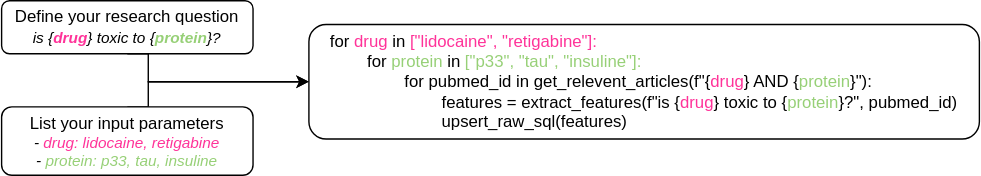
The draw.io diagram images/screning_review.drawio.svg in journeadrien/scholar2sql, before a commit. Source tidied: cells renumbered, new cells last; positions are measured from the earlier drawing's top-left corner, leaving out a move shared by most shapes. The source it was exported from:
```xml
<mxGraphModel>
  <root>
    <mxCell id="0" />
    <mxCell id="1" parent="0" />
    <mxCell id="2" style="rounded=0;jettySize=auto;html=1;exitX=0.5;exitY=1;exitDx=0;exitDy=0;entryX=0;entryY=0.5;entryDx=0;entryDy=0;edgeStyle=orthogonalEdgeStyle;" parent="1" edge="1" source="3" target="6">
      <mxGeometry relative="1" as="geometry">
        <Array as="points">
          <mxPoint x="105" y="58" />
        </Array>
      </mxGeometry>
    </mxCell>
    <mxCell id="3" value="&lt;font style=&quot;font-size: 12px;&quot;&gt;Define your research question&lt;/font&gt;&lt;div&gt;&lt;i&gt;&lt;font style=&quot;font-size: 11px;&quot;&gt;is {&lt;font color=&quot;#ff3399&quot;&gt;&lt;b&gt;drug&lt;/b&gt;&lt;/font&gt;} toxic to {&lt;font color=&quot;#97d077&quot;&gt;&lt;b&gt;protein&lt;/b&gt;&lt;/font&gt;}?&lt;/font&gt;&lt;/i&gt;&lt;/div&gt;" style="rounded=1;whiteSpace=wrap;html=1;gradientColor=none;fillColor=default;" parent="1" vertex="1">
      <mxGeometry width="180" height="38" as="geometry" />
    </mxCell>
    <mxCell id="4" style="rounded=0;jettySize=auto;html=1;exitX=0.5;exitY=0;exitDx=0;exitDy=0;entryX=0;entryY=0.5;entryDx=0;entryDy=0;edgeStyle=orthogonalEdgeStyle;" parent="1" edge="1" source="5" target="6">
      <mxGeometry relative="1" as="geometry">
        <Array as="points">
          <mxPoint x="105" y="58" />
        </Array>
      </mxGeometry>
    </mxCell>
    <mxCell id="5" value="&lt;font style=&quot;font-size: 12px;&quot;&gt;List your input parameters&lt;/font&gt;&lt;div style=&quot;font-size: 11px;&quot;&gt;&lt;i style=&quot;&quot;&gt;&lt;font style=&quot;font-size: 11px;&quot;&gt;- &lt;font color=&quot;#ff3399&quot;&gt;drug: lidocaine, retigabine&lt;/font&gt;&lt;/font&gt;&lt;/i&gt;&lt;/div&gt;&lt;div style=&quot;font-size: 11px;&quot;&gt;&lt;i style=&quot;&quot;&gt;&lt;font style=&quot;font-size: 11px;&quot;&gt;- &lt;font color=&quot;#97d077&quot;&gt;protein: p33, tau, insuline&lt;/font&gt;&lt;/font&gt;&lt;/i&gt;&lt;/div&gt;" style="rounded=1;whiteSpace=wrap;html=1;" parent="1" vertex="1">
      <mxGeometry y="76" width="180" height="49" as="geometry" />
    </mxCell>
    <mxCell id="6" value="&lt;div style=&quot;text-align: left;&quot;&gt;&lt;font style=&quot;font-size: 12px;&quot;&gt;&lt;span style=&quot;background-color: initial;&quot;&gt;for&lt;font color=&quot;#ff3399&quot;&gt; drug &lt;/font&gt;in&lt;font color=&quot;#ff3399&quot;&gt; [&quot;&lt;/font&gt;&lt;/span&gt;&lt;span style=&quot;color: rgb(255, 51, 153); background-color: initial;&quot;&gt;lidocaine&quot;, &quot;retigabine&quot;&lt;/span&gt;&lt;span style=&quot;color: rgb(255, 51, 153); background-color: initial;&quot;&gt;]:&lt;/span&gt;&lt;/font&gt;&lt;/div&gt;&lt;div style=&quot;text-align: left;&quot;&gt;&lt;font style=&quot;font-size: 12px;&quot;&gt;&lt;span style=&quot;white-space: pre;&quot;&gt;&#9;&lt;/span&gt;for&lt;font color=&quot;#97d077&quot;&gt; protein &lt;/font&gt;in&lt;font color=&quot;#97d077&quot;&gt; [&quot;&lt;span style=&quot;background-color: initial;&quot;&gt;p33&quot;, &quot;tau&quot;, &quot;insuline&quot;&lt;/span&gt;&lt;span style=&quot;background-color: initial;&quot;&gt;]:&lt;/span&gt;&lt;/font&gt;&lt;/font&gt;&lt;/div&gt;&lt;div style=&quot;text-align: left;&quot;&gt;&lt;font style=&quot;font-size: 12px;&quot;&gt;&lt;span style=&quot;background-color: initial;&quot;&gt;&lt;span style=&quot;color: rgb(151, 208, 119); white-space: pre;&quot;&gt;&#9;&lt;/span&gt;&lt;span style=&quot;color: rgb(151, 208, 119); white-space: pre;&quot;&gt;&#9;&lt;/span&gt;for pubmed_id in get_relevent_articles(&lt;/span&gt;&lt;span style=&quot;background-color: initial;&quot;&gt;f&quot;&lt;/span&gt;&lt;span style=&quot;background-color: initial; text-align: center;&quot;&gt;{&lt;font color=&quot;#ff3399&quot;&gt;drug&lt;/font&gt;} AND {&lt;font color=&quot;#97d077&quot;&gt;protein&lt;/font&gt;}&quot;):&lt;/span&gt;&lt;span style=&quot;background-color: initial;&quot;&gt;&lt;br&gt;&lt;/span&gt;&lt;/font&gt;&lt;/div&gt;&lt;div style=&quot;text-align: left;&quot;&gt;&lt;font style=&quot;font-size: 12px;&quot;&gt;&lt;span style=&quot;background-color: initial;&quot;&gt;&lt;span style=&quot;white-space: pre;&quot;&gt;&#9;&lt;/span&gt;&lt;span style=&quot;white-space: pre;&quot;&gt;&#9;&lt;span style=&quot;white-space: pre;&quot;&gt;&#9;&lt;/span&gt;features = &lt;/span&gt;extract_features(&lt;/span&gt;&lt;/font&gt;&lt;span style=&quot;background-color: initial;&quot;&gt;f&quot;i&lt;/span&gt;&lt;span style=&quot;background-color: initial; text-align: center;&quot;&gt;s {&lt;font color=&quot;#ff3399&quot;&gt;drug&lt;/font&gt;} toxic to {&lt;font color=&quot;#97d077&quot;&gt;protein&lt;/font&gt;}?&quot;, &lt;/span&gt;&lt;span style=&quot;background-color: initial;&quot;&gt;pubmed_id&lt;/span&gt;&lt;span style=&quot;background-color: initial;&quot;&gt;)&lt;/span&gt;&lt;/div&gt;&lt;div style=&quot;text-align: left;&quot;&gt;&lt;span style=&quot;background-color: initial;&quot;&gt;&lt;span style=&quot;white-space: pre;&quot;&gt;&#9;&lt;/span&gt;&lt;span style=&quot;white-space: pre;&quot;&gt;&#9;&lt;/span&gt;&lt;span style=&quot;white-space: pre;&quot;&gt;&#9;&lt;/span&gt;upsert_raw_sql(features)&lt;br&gt;&lt;/span&gt;&lt;/div&gt;" style="rounded=1;whiteSpace=wrap;html=1;rotation=0;" parent="1" vertex="1">
      <mxGeometry x="220" y="17" width="480" height="82" as="geometry" />
    </mxCell>
  </root>
</mxGraphModel>
```
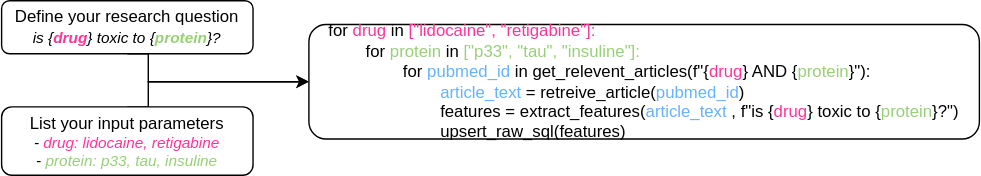
Above is the later version.

What changed in the source:
```diff
@@ -22,7 +22,7 @@
     <mxCell id="5" value="&lt;font style=&quot;font-size: 12px;&quot;&gt;List your input parameters&lt;/font&gt;&lt;div style=&quot;font-size: 11px;&quot;&gt;&lt;i style=&quot;&quot;&gt;&lt;font style=&quot;font-size: 11px;&quot;&gt;- &lt;font color=&quot;#ff3399&quot;&gt;drug: lidocaine, retigabine&lt;/font&gt;&lt;/font&gt;&lt;/i&gt;&lt;/div&gt;&lt;div style=&quot;font-size: 11px;&quot;&gt;&lt;i style=&quot;&quot;&gt;&lt;font style=&quot;font-size: 11px;&quot;&gt;- &lt;font color=&quot;#97d077&quot;&gt;protein: p33, tau, insuline&lt;/font&gt;&lt;/font&gt;&lt;/i&gt;&lt;/div&gt;" style="rounded=1;whiteSpace=wrap;html=1;" parent="1" vertex="1">
       <mxGeometry y="76" width="180" height="49" as="geometry" />
     </mxCell>
-    <mxCell id="6" value="&lt;div style=&quot;text-align: left;&quot;&gt;&lt;font style=&quot;font-size: 12px;&quot;&gt;&lt;span style=&quot;background-color: initial;&quot;&gt;for&lt;font color=&quot;#ff3399&quot;&gt; drug &lt;/font&gt;in&lt;font color=&quot;#ff3399&quot;&gt; [&quot;&lt;/font&gt;&lt;/span&gt;&lt;span style=&quot;color: rgb(255, 51, 153); background-color: initial;&quot;&gt;lidocaine&quot;, &quot;retigabine&quot;&lt;/span&gt;&lt;span style=&quot;color: rgb(255, 51, 153); background-color: initial;&quot;&gt;]:&lt;/span&gt;&lt;/font&gt;&lt;/div&gt;&lt;div style=&quot;text-align: left;&quot;&gt;&lt;font style=&quot;font-size: 12px;&quot;&gt;&lt;span style=&quot;white-space: pre;&quot;&gt;&#9;&lt;/span&gt;for&lt;font color=&quot;#97d077&quot;&gt; protein &lt;/font&gt;in&lt;font color=&quot;#97d077&quot;&gt; [&quot;&lt;span style=&quot;background-color: initial;&quot;&gt;p33&quot;, &quot;tau&quot;, &quot;insuline&quot;&lt;/span&gt;&lt;span style=&quot;background-color: initial;&quot;&gt;]:&lt;/span&gt;&lt;/font&gt;&lt;/font&gt;&lt;/div&gt;&lt;div style=&quot;text-align: left;&quot;&gt;&lt;font style=&quot;font-size: 12px;&quot;&gt;&lt;span style=&quot;background-color: initial;&quot;&gt;&lt;span style=&quot;color: rgb(151, 208, 119); white-space: pre;&quot;&gt;&#9;&lt;/span&gt;&lt;span style=&quot;color: rgb(151, 208, 119); white-space: pre;&quot;&gt;&#9;&lt;/span&gt;for pubmed_id in get_relevent_articles(&lt;/span&gt;&lt;span style=&quot;background-color: initial;&quot;&gt;f&quot;&lt;/span&gt;&lt;span style=&quot;background-color: initial; text-align: center;&quot;&gt;{&lt;font color=&quot;#ff3399&quot;&gt;drug&lt;/font&gt;} AND {&lt;font color=&quot;#97d077&quot;&gt;protein&lt;/font&gt;}&quot;):&lt;/span&gt;&lt;span style=&quot;background-color: initial;&quot;&gt;&lt;br&gt;&lt;/span&gt;&lt;/font&gt;&lt;/div&gt;&lt;div style=&quot;text-align: left;&quot;&gt;&lt;font style=&quot;font-size: 12px;&quot;&gt;&lt;span style=&quot;background-color: initial;&quot;&gt;&lt;span style=&quot;white-space: pre;&quot;&gt;&#9;&lt;/span&gt;&lt;span style=&quot;white-space: pre;&quot;&gt;&#9;&lt;span style=&quot;white-space: pre;&quot;&gt;&#9;&lt;/span&gt;features = &lt;/span&gt;extract_features(&lt;/span&gt;&lt;/font&gt;&lt;span style=&quot;background-color: initial;&quot;&gt;f&quot;i&lt;/span&gt;&lt;span style=&quot;background-color: initial; text-align: center;&quot;&gt;s {&lt;font color=&quot;#ff3399&quot;&gt;drug&lt;/font&gt;} toxic to {&lt;font color=&quot;#97d077&quot;&gt;protein&lt;/font&gt;}?&quot;, &lt;/span&gt;&lt;span style=&quot;background-color: initial;&quot;&gt;pubmed_id&lt;/span&gt;&lt;span style=&quot;background-color: initial;&quot;&gt;)&lt;/span&gt;&lt;/div&gt;&lt;div style=&quot;text-align: left;&quot;&gt;&lt;span style=&quot;background-color: initial;&quot;&gt;&lt;span style=&quot;white-space: pre;&quot;&gt;&#9;&lt;/span&gt;&lt;span style=&quot;white-space: pre;&quot;&gt;&#9;&lt;/span&gt;&lt;span style=&quot;white-space: pre;&quot;&gt;&#9;&lt;/span&gt;upsert_raw_sql(features)&lt;br&gt;&lt;/span&gt;&lt;/div&gt;" style="rounded=1;whiteSpace=wrap;html=1;rotation=0;" parent="1" vertex="1">
+    <mxCell id="6" value="&lt;div style=&quot;text-align: left;&quot;&gt;&lt;font style=&quot;font-size: 12px;&quot;&gt;&lt;span style=&quot;background-color: initial;&quot;&gt;for&lt;font color=&quot;#ff3399&quot;&gt; drug &lt;/font&gt;in&lt;font color=&quot;#ff3399&quot;&gt; [&quot;&lt;/font&gt;&lt;/span&gt;&lt;span style=&quot;color: rgb(255, 51, 153); background-color: initial;&quot;&gt;lidocaine&quot;, &quot;retigabine&quot;&lt;/span&gt;&lt;span style=&quot;color: rgb(255, 51, 153); background-color: initial;&quot;&gt;]:&lt;/span&gt;&lt;/font&gt;&lt;/div&gt;&lt;div style=&quot;text-align: left;&quot;&gt;&lt;font style=&quot;font-size: 12px;&quot;&gt;&lt;span style=&quot;white-space: pre;&quot;&gt;&#9;&lt;/span&gt;for&lt;font color=&quot;#97d077&quot;&gt; protein &lt;/font&gt;in&lt;font color=&quot;#97d077&quot;&gt; [&quot;&lt;span style=&quot;background-color: initial;&quot;&gt;p33&quot;, &quot;tau&quot;, &quot;insuline&quot;&lt;/span&gt;&lt;span style=&quot;background-color: initial;&quot;&gt;]:&lt;/span&gt;&lt;/font&gt;&lt;/font&gt;&lt;/div&gt;&lt;div style=&quot;text-align: left;&quot;&gt;&lt;font style=&quot;font-size: 12px;&quot;&gt;&lt;span style=&quot;background-color: initial;&quot;&gt;&lt;span style=&quot;color: rgb(151, 208, 119); white-space: pre;&quot;&gt;&#9;&lt;/span&gt;&lt;span style=&quot;color: rgb(151, 208, 119); white-space: pre;&quot;&gt;&#9;&lt;/span&gt;for &lt;font color=&quot;#66b2ff&quot;&gt;pubmed_id&lt;/font&gt; in get_relevent_articles(&lt;/span&gt;&lt;span style=&quot;background-color: initial;&quot;&gt;f&quot;&lt;/span&gt;&lt;span style=&quot;background-color: initial; text-align: center;&quot;&gt;{&lt;font color=&quot;#ff3399&quot;&gt;drug&lt;/font&gt;} AND {&lt;font color=&quot;#97d077&quot;&gt;protein&lt;/font&gt;}&quot;):&lt;/span&gt;&lt;span style=&quot;background-color: initial;&quot;&gt;&lt;br&gt;&lt;/span&gt;&lt;/font&gt;&lt;/div&gt;&lt;div style=&quot;text-align: left;&quot;&gt;&lt;font style=&quot;font-size: 12px;&quot;&gt;&lt;span style=&quot;background-color: initial; text-align: center;&quot;&gt;&lt;span style=&quot;white-space: pre;&quot;&gt;&#9;&lt;/span&gt;&lt;span style=&quot;white-space: pre;&quot;&gt;&#9;&lt;/span&gt;&lt;span style=&quot;white-space: pre;&quot;&gt;&#9;&lt;/span&gt;&lt;font color=&quot;#66b2ff&quot;&gt;article_text&lt;/font&gt; = retreive_article(&lt;/span&gt;&lt;font color=&quot;#66b2ff&quot;&gt;pubmed_id&lt;/font&gt;&lt;span style=&quot;background-color: initial; text-align: center;&quot;&gt;)&lt;br&gt;&lt;/span&gt;&lt;/font&gt;&lt;/div&gt;&lt;div style=&quot;text-align: left;&quot;&gt;&lt;font style=&quot;font-size: 12px;&quot;&gt;&lt;span style=&quot;background-color: initial;&quot;&gt;&lt;span style=&quot;white-space: pre;&quot;&gt;&#9;&lt;/span&gt;&lt;span style=&quot;white-space: pre;&quot;&gt;&#9;&lt;span style=&quot;white-space: pre;&quot;&gt;&#9;&lt;/span&gt;features = &lt;/span&gt;extract_features(&lt;/span&gt;&lt;/font&gt;&lt;span style=&quot;background-color: initial; text-align: center;&quot;&gt;&lt;font color=&quot;#66b2ff&quot;&gt;article_text&lt;/font&gt; ,&amp;nbsp;&lt;/span&gt;&lt;span style=&quot;background-color: initial;&quot;&gt;f&quot;i&lt;/span&gt;&lt;span style=&quot;background-color: initial; text-align: center;&quot;&gt;s {&lt;font color=&quot;#ff3399&quot;&gt;drug&lt;/font&gt;} toxic to {&lt;font color=&quot;#97d077&quot;&gt;protein&lt;/font&gt;}?&quot;&lt;/span&gt;&lt;span style=&quot;background-color: initial;&quot;&gt;)&lt;/span&gt;&lt;/div&gt;&lt;div style=&quot;text-align: left;&quot;&gt;&lt;span style=&quot;background-color: initial;&quot;&gt;&lt;span style=&quot;white-space: pre;&quot;&gt;&#9;&lt;/span&gt;&lt;span style=&quot;white-space: pre;&quot;&gt;&#9;&lt;/span&gt;&lt;span style=&quot;white-space: pre;&quot;&gt;&#9;&lt;/span&gt;upsert_raw_sql(features)&lt;br&gt;&lt;/span&gt;&lt;/div&gt;" style="rounded=1;whiteSpace=wrap;html=1;rotation=0;" parent="1" vertex="1">
       <mxGeometry x="220" y="17" width="480" height="82" as="geometry" />
     </mxCell>
   </root>
```
